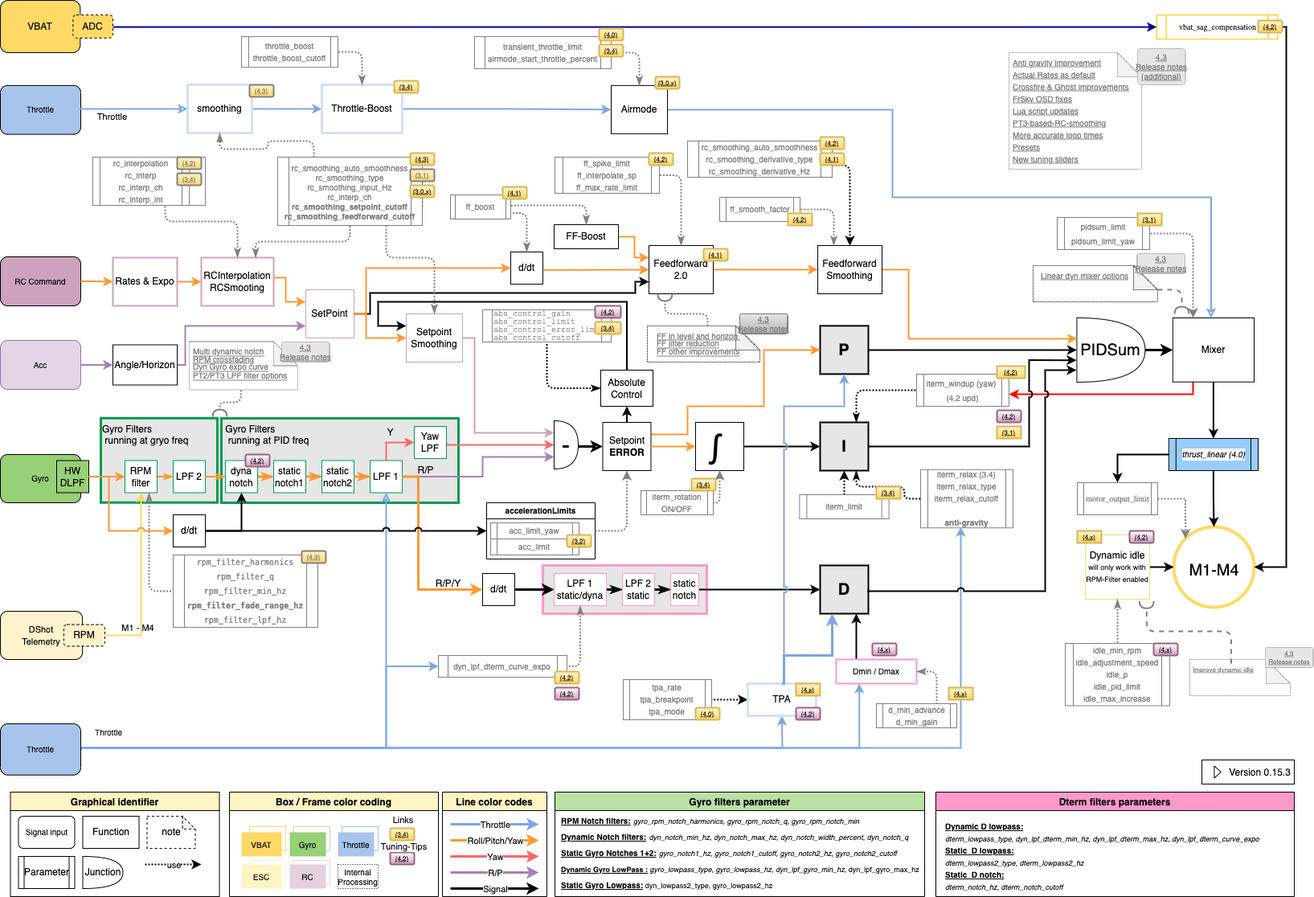
Above: bf-4.3_processing-workflow.drawio.png in mrRobot62/betaflight_processing (draw.io), before the change. Source tidied: cells renumbered, new cells last; positions are measured from the earlier drawing's top-left corner, leaving out a move shared by most shapes.
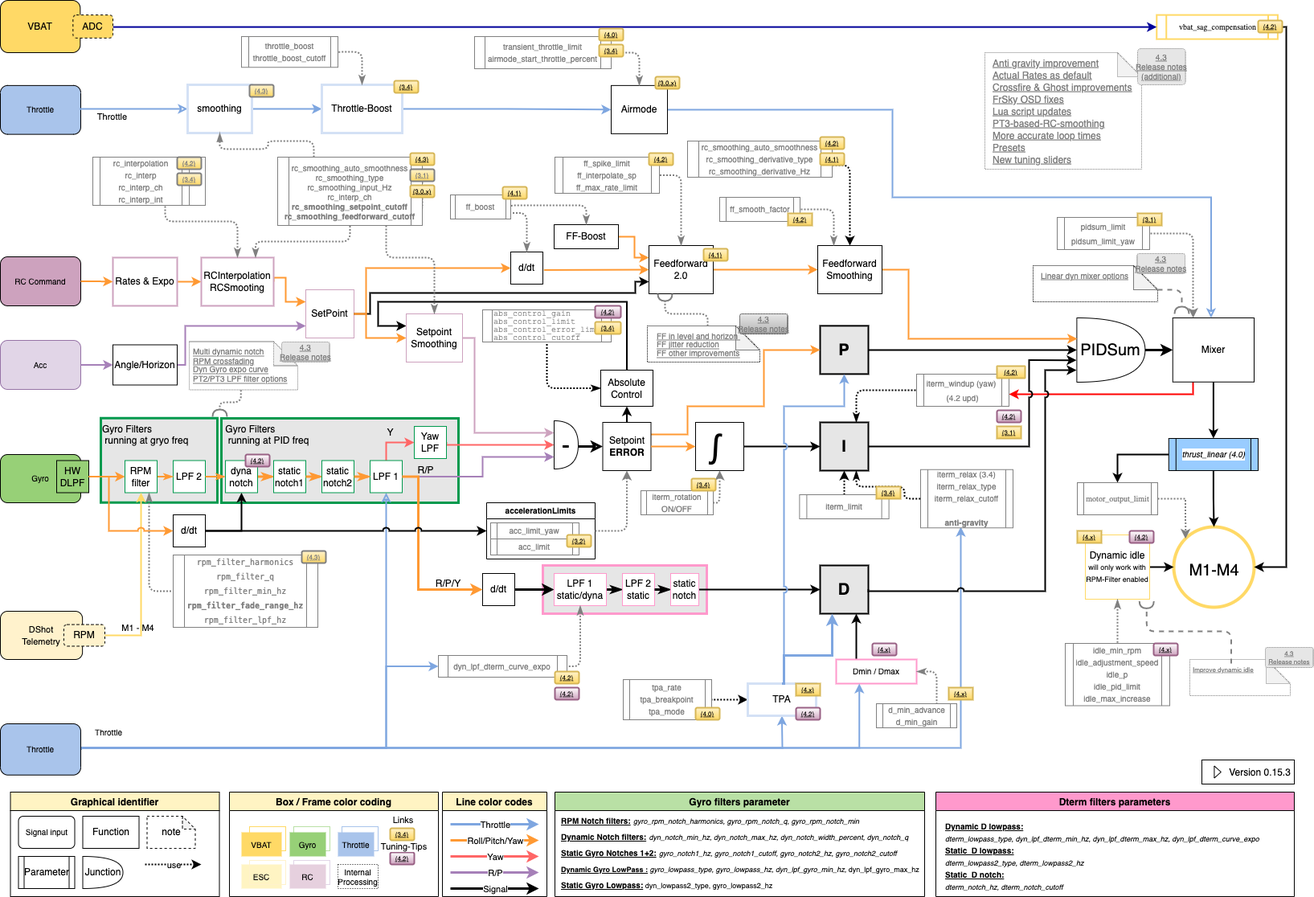
Later version of the same file.

Diff of the diagram source:
```diff
@@ -1135,7 +1135,7 @@
       <mxGeometry x="1285" y="330" width="155" height="45" as="geometry" />
     </mxCell>
     <mxCell id="277" style="shape=note;whiteSpace=wrap;html=1;backgroundOutline=1;darkOpacity=0.05;shadow=0;dashed=1;dashPattern=1 1;labelBackgroundColor=none;sketch=0;fillStyle=solid;fontFamily=Helvetica;fontSize=10;fontColor=#808080;strokeColor=#808080;strokeWidth=1;fillColor=none;gradientColor=none;" parent="272" vertex="1">
-      <mxGeometry x="1255" y="65" width="165" height="145" as="geometry" />
+      <mxGeometry x="1225" y="65" width="195" height="145" as="geometry" />
     </mxCell>
     <mxCell id="278" value="Linear dyn mixer options" style="fontColor=#808080;fontStyle=4;rounded=1;overflow=hidden;spacing=10;shadow=0;dashed=1;dashPattern=1 1;labelBackgroundColor=none;sketch=0;fillStyle=solid;fontFamily=Helvetica;fontSize=10;strokeColor=none;strokeWidth=1;fillColor=none;html=0;align=left;verticalAlign=middle;" parent="272" vertex="1">
       <mxGeometry x="1285" y="335" width="115" height="15" as="geometry" />
@@ -1171,58 +1171,58 @@
       <mxGeometry x="350" y="425" width="59.6" height="25" as="geometry" />
     </mxCell>
     <mxCell id="286" value="RPM crossfading" style="fontColor=#808080;fontStyle=4;rounded=1;overflow=hidden;spacing=10;shadow=0;dashed=1;dashPattern=1 1;labelBackgroundColor=none;sketch=0;fillStyle=solid;fontFamily=Helvetica;fontSize=10;strokeColor=none;strokeWidth=1;fillColor=none;html=0;align=left;verticalAlign=middle;" parent="272" vertex="1">
-      <mxGeometry x="230" y="439" width="115" height="15" as="geometry" />
+      <mxGeometry x="230" y="441" width="115" height="15" as="geometry" />
     </mxCell>
     <mxCell id="287" value="Multi dynamic notch" style="fontColor=#808080;fontStyle=4;rounded=1;overflow=hidden;spacing=10;shadow=0;dashed=1;dashPattern=1 1;labelBackgroundColor=none;sketch=0;fillStyle=solid;fontFamily=Helvetica;fontSize=10;strokeColor=none;strokeWidth=1;fillColor=none;html=0;align=left;verticalAlign=middle;" parent="272" vertex="1">
       <mxGeometry x="230" y="429.5" width="115" height="15" as="geometry" />
     </mxCell>
     <mxCell id="288" value="Dyn Gyro expo curve" style="fontColor=#808080;fontStyle=4;rounded=1;overflow=hidden;spacing=10;shadow=0;dashed=1;dashPattern=1 1;labelBackgroundColor=none;sketch=0;fillStyle=solid;fontFamily=Helvetica;fontSize=10;strokeColor=none;strokeWidth=1;fillColor=none;html=0;align=left;verticalAlign=middle;" parent="272" vertex="1">
-      <mxGeometry x="230" y="448.5" width="115" height="15" as="geometry" />
+      <mxGeometry x="230" y="451.5" width="115" height="15" as="geometry" />
     </mxCell>
     <mxCell id="289" value="PT2/PT3 LPF filter options" style="fontColor=#808080;fontStyle=4;rounded=1;overflow=hidden;spacing=10;shadow=0;dashed=1;dashPattern=1 1;labelBackgroundColor=none;sketch=0;fillStyle=solid;fontFamily=Helvetica;fontSize=10;strokeColor=none;strokeWidth=1;fillColor=none;html=0;align=left;verticalAlign=middle;" parent="272" vertex="1">
-      <mxGeometry x="230" y="459.5" width="115" height="15" as="geometry" />
+      <mxGeometry x="230" y="463.5" width="115" height="15" as="geometry" />
     </mxCell>
     <mxCell id="290" value="4.3&#10;Release notes" style="fontStyle=4;rounded=1;overflow=hidden;spacing=0;fontSize=10;fillColor=#E6E6E6;strokeColor=#000000;gradientColor=#B3B3B3;strokeWidth=1;shadow=0;dashed=1;dashPattern=1 1;labelBackgroundColor=none;sketch=0;fillStyle=solid;arcSize=9;fontColor=#808080;" parent="272" vertex="1">
       <mxGeometry x="920" y="390" width="59.6" height="25" as="geometry" />
     </mxCell>
     <mxCell id="291" value="FF jitter reduction" style="fontColor=#808080;fontStyle=4;rounded=1;overflow=hidden;spacing=10;shadow=0;dashed=1;dashPattern=1 1;labelBackgroundColor=none;sketch=0;fillStyle=solid;fontFamily=Helvetica;fontSize=10;strokeColor=none;strokeWidth=1;fillColor=none;html=0;align=left;verticalAlign=middle;" parent="272" vertex="1">
-      <mxGeometry x="807" y="419.5" width="115" height="15" as="geometry" />
+      <mxGeometry x="807" y="420.5" width="115" height="15" as="geometry" />
     </mxCell>
     <mxCell id="292" value="FF in level and horizon " style="fontColor=#808080;fontStyle=4;rounded=1;overflow=hidden;spacing=10;shadow=0;dashed=1;dashPattern=1 1;labelBackgroundColor=none;sketch=0;fillStyle=solid;fontFamily=Helvetica;fontSize=10;strokeColor=none;strokeWidth=1;fillColor=none;html=0;align=left;verticalAlign=middle;" parent="272" vertex="1">
       <mxGeometry x="807" y="410" width="115" height="15" as="geometry" />
     </mxCell>
     <mxCell id="293" value="FF other improvements" style="fontColor=#808080;fontStyle=4;rounded=1;overflow=hidden;spacing=10;shadow=0;dashed=1;dashPattern=1 1;labelBackgroundColor=none;sketch=0;fillStyle=solid;fontFamily=Helvetica;fontSize=10;strokeColor=none;strokeWidth=1;fillColor=none;html=0;align=left;verticalAlign=middle;" parent="272" vertex="1">
-      <mxGeometry x="807" y="429.5" width="115" height="15" as="geometry" />
+      <mxGeometry x="807" y="431.5" width="115" height="15" as="geometry" />
     </mxCell>
-    <mxCell id="294" value="Anti gravity improvement" style="fontColor=#808080;fontStyle=4;rounded=1;overflow=hidden;spacing=10;shadow=0;dashed=1;dashPattern=1 1;labelBackgroundColor=none;sketch=0;fillStyle=solid;fontFamily=Helvetica;fontSize=10;strokeColor=none;strokeWidth=1;fillColor=none;html=0;align=left;verticalAlign=middle;" parent="272" vertex="1">
-      <mxGeometry x="1250" y="70" width="115" height="15" as="geometry" />
+    <mxCell id="294" value="Anti gravity improvement" style="fontColor=#808080;fontStyle=4;rounded=1;overflow=hidden;spacing=10;shadow=0;dashed=1;dashPattern=1 1;labelBackgroundColor=none;sketch=0;fillStyle=solid;fontFamily=Helvetica;fontSize=12;strokeColor=none;strokeWidth=1;fillColor=none;html=0;align=left;verticalAlign=middle;" parent="272" vertex="1">
+      <mxGeometry x="1225" y="70" width="115" height="15" as="geometry" />
     </mxCell>
     <mxCell id="295" value="4.3&#10;Release notes&#10;(additional)" style="fontStyle=4;rounded=1;overflow=hidden;spacing=0;fontSize=10;fillColor=#E6E6E6;strokeColor=#808080;gradientColor=none;strokeWidth=1;shadow=0;dashed=1;dashPattern=1 1;labelBackgroundColor=none;sketch=0;fillStyle=solid;arcSize=9;fontColor=#808080;" parent="272" vertex="1">
       <mxGeometry x="1415" y="60" width="59.6" height="45" as="geometry" />
     </mxCell>
-    <mxCell id="296" value="Actual Rates as default" style="fontColor=#808080;fontStyle=4;rounded=1;overflow=hidden;spacing=10;shadow=0;dashed=1;dashPattern=1 1;labelBackgroundColor=none;sketch=0;fillStyle=solid;fontFamily=Helvetica;fontSize=10;strokeColor=none;strokeWidth=1;fillColor=none;html=0;align=left;verticalAlign=middle;" parent="272" vertex="1">
-      <mxGeometry x="1250" y="85" width="115" height="15" as="geometry" />
+    <mxCell id="296" value="Actual Rates as default" style="fontColor=#808080;fontStyle=4;rounded=1;overflow=hidden;spacing=10;shadow=0;dashed=1;dashPattern=1 1;labelBackgroundColor=none;sketch=0;fillStyle=solid;fontFamily=Helvetica;fontSize=12;strokeColor=none;strokeWidth=1;fillColor=none;html=0;align=left;verticalAlign=middle;" parent="272" vertex="1">
+      <mxGeometry x="1225" y="85" width="115" height="15" as="geometry" />
     </mxCell>
-    <mxCell id="297" value="Crossfire &amp; Ghost improvements" style="fontColor=#808080;fontStyle=4;rounded=1;overflow=hidden;spacing=10;shadow=0;dashed=1;dashPattern=1 1;labelBackgroundColor=none;sketch=0;fillStyle=solid;fontFamily=Helvetica;fontSize=10;strokeColor=none;strokeWidth=1;fillColor=none;html=0;align=left;verticalAlign=middle;" parent="272" vertex="1">
-      <mxGeometry x="1250" y="100" width="115" height="15" as="geometry" />
+    <mxCell id="297" value="Crossfire &amp; Ghost improvements" style="fontColor=#808080;fontStyle=4;rounded=1;overflow=hidden;spacing=10;shadow=0;dashed=1;dashPattern=1 1;labelBackgroundColor=none;sketch=0;fillStyle=solid;fontFamily=Helvetica;fontSize=12;strokeColor=none;strokeWidth=1;fillColor=none;html=0;align=left;verticalAlign=middle;" parent="272" vertex="1">
+      <mxGeometry x="1225" y="100" width="115" height="15" as="geometry" />
     </mxCell>
-    <mxCell id="298" value="FrSky OSD fixes" style="fontColor=#808080;fontStyle=4;rounded=1;overflow=hidden;spacing=10;shadow=0;dashed=1;dashPattern=1 1;labelBackgroundColor=none;sketch=0;fillStyle=solid;fontFamily=Helvetica;fontSize=10;strokeColor=none;strokeWidth=1;fillColor=none;html=0;align=left;verticalAlign=middle;" parent="272" vertex="1">
-      <mxGeometry x="1250" y="115" width="115" height="15" as="geometry" />
+    <mxCell id="298" value="FrSky OSD fixes" style="fontColor=#808080;fontStyle=4;rounded=1;overflow=hidden;spacing=10;shadow=0;dashed=1;dashPattern=1 1;labelBackgroundColor=none;sketch=0;fillStyle=solid;fontFamily=Helvetica;fontSize=12;strokeColor=none;strokeWidth=1;fillColor=none;html=0;align=left;verticalAlign=middle;" parent="272" vertex="1">
+      <mxGeometry x="1225" y="115" width="115" height="15" as="geometry" />
     </mxCell>
-    <mxCell id="299" value="Lua script updates" style="fontColor=#808080;fontStyle=4;rounded=1;overflow=hidden;spacing=10;shadow=0;dashed=1;dashPattern=1 1;labelBackgroundColor=none;sketch=0;fillStyle=solid;fontFamily=Helvetica;fontSize=10;strokeColor=none;strokeWidth=1;fillColor=none;html=0;align=left;verticalAlign=middle;" parent="272" vertex="1">
-      <mxGeometry x="1250" y="130" width="115" height="15" as="geometry" />
+    <mxCell id="299" value="Lua script updates" style="fontColor=#808080;fontStyle=4;rounded=1;overflow=hidden;spacing=10;shadow=0;dashed=1;dashPattern=1 1;labelBackgroundColor=none;sketch=0;fillStyle=solid;fontFamily=Helvetica;fontSize=12;strokeColor=none;strokeWidth=1;fillColor=none;html=0;align=left;verticalAlign=middle;" parent="272" vertex="1">
+      <mxGeometry x="1225" y="130" width="115" height="15" as="geometry" />
     </mxCell>
-    <mxCell id="300" value="PT3-based-RC-smoothing" style="fontColor=#808080;fontStyle=4;rounded=1;overflow=hidden;spacing=10;shadow=0;dashed=1;dashPattern=1 1;labelBackgroundColor=none;sketch=0;fillStyle=solid;fontFamily=Helvetica;fontSize=10;strokeColor=none;strokeWidth=1;fillColor=none;html=0;align=left;verticalAlign=middle;" parent="272" vertex="1">
-      <mxGeometry x="1250" y="145" width="115" height="15" as="geometry" />
+    <mxCell id="300" value="PT3-based-RC-smoothing" style="fontColor=#808080;fontStyle=4;rounded=1;overflow=hidden;spacing=10;shadow=0;dashed=1;dashPattern=1 1;labelBackgroundColor=none;sketch=0;fillStyle=solid;fontFamily=Helvetica;fontSize=12;strokeColor=none;strokeWidth=1;fillColor=none;html=0;align=left;verticalAlign=middle;" parent="272" vertex="1">
+      <mxGeometry x="1225" y="145" width="115" height="15" as="geometry" />
     </mxCell>
-    <mxCell id="301" value="More accurate loop times" style="fontColor=#808080;fontStyle=4;rounded=1;overflow=hidden;spacing=10;shadow=0;dashed=1;dashPattern=1 1;labelBackgroundColor=none;sketch=0;fillStyle=solid;fontFamily=Helvetica;fontSize=10;strokeColor=none;strokeWidth=1;fillColor=none;html=0;align=left;verticalAlign=middle;" parent="272" vertex="1">
-      <mxGeometry x="1250" y="160" width="115" height="15" as="geometry" />
+    <mxCell id="301" value="More accurate loop times" style="fontColor=#808080;fontStyle=4;rounded=1;overflow=hidden;spacing=10;shadow=0;dashed=1;dashPattern=1 1;labelBackgroundColor=none;sketch=0;fillStyle=solid;fontFamily=Helvetica;fontSize=12;strokeColor=none;strokeWidth=1;fillColor=none;html=0;align=left;verticalAlign=middle;" parent="272" vertex="1">
+      <mxGeometry x="1225" y="160" width="115" height="15" as="geometry" />
     </mxCell>
-    <mxCell id="302" value="Presets" style="fontColor=#808080;fontStyle=4;rounded=1;overflow=hidden;spacing=10;shadow=0;dashed=1;dashPattern=1 1;labelBackgroundColor=none;sketch=0;fillStyle=solid;fontFamily=Helvetica;fontSize=10;strokeColor=none;strokeWidth=1;fillColor=none;html=0;align=left;verticalAlign=middle;" parent="272" vertex="1">
-      <mxGeometry x="1250" y="175" width="115" height="15" as="geometry" />
+    <mxCell id="302" value="Presets" style="fontColor=#808080;fontStyle=4;rounded=1;overflow=hidden;spacing=10;shadow=0;dashed=1;dashPattern=1 1;labelBackgroundColor=none;sketch=0;fillStyle=solid;fontFamily=Helvetica;fontSize=12;strokeColor=none;strokeWidth=1;fillColor=none;html=0;align=left;verticalAlign=middle;" parent="272" vertex="1">
+      <mxGeometry x="1225" y="175" width="115" height="15" as="geometry" />
     </mxCell>
-    <mxCell id="303" value="New tuning sliders" style="fontColor=#808080;fontStyle=4;rounded=1;overflow=hidden;spacing=10;shadow=0;dashed=1;dashPattern=1 1;labelBackgroundColor=none;sketch=0;fillStyle=solid;fontFamily=Helvetica;fontSize=10;strokeColor=none;strokeWidth=1;fillColor=none;html=0;align=left;verticalAlign=middle;" parent="272" vertex="1">
-      <mxGeometry x="1250" y="190" width="115" height="15" as="geometry" />
+    <mxCell id="303" value="New tuning sliders" style="fontColor=#808080;fontStyle=4;rounded=1;overflow=hidden;spacing=10;shadow=0;dashed=1;dashPattern=1 1;labelBackgroundColor=none;sketch=0;fillStyle=solid;fontFamily=Helvetica;fontSize=12;strokeColor=none;strokeWidth=1;fillColor=none;html=0;align=left;verticalAlign=middle;" parent="272" vertex="1">
+      <mxGeometry x="1225" y="190" width="115" height="15" as="geometry" />
     </mxCell>
     <mxCell id="304" style="edgeStyle=orthogonalEdgeStyle;rounded=1;orthogonalLoop=1;jettySize=auto;html=1;entryX=0.25;entryY=1;entryDx=0;entryDy=0;fontFamily=Helvetica;fontSize=8;fontColor=#808080;strokeWidth=2;dashed=1;dashPattern=1 1;endArrow=halfCircle;endFill=0;exitX=0.5;exitY=0;exitDx=0;exitDy=0;strokeColor=#808080;" parent="272" edge="1">
       <mxGeometry relative="1" as="geometry">
```
